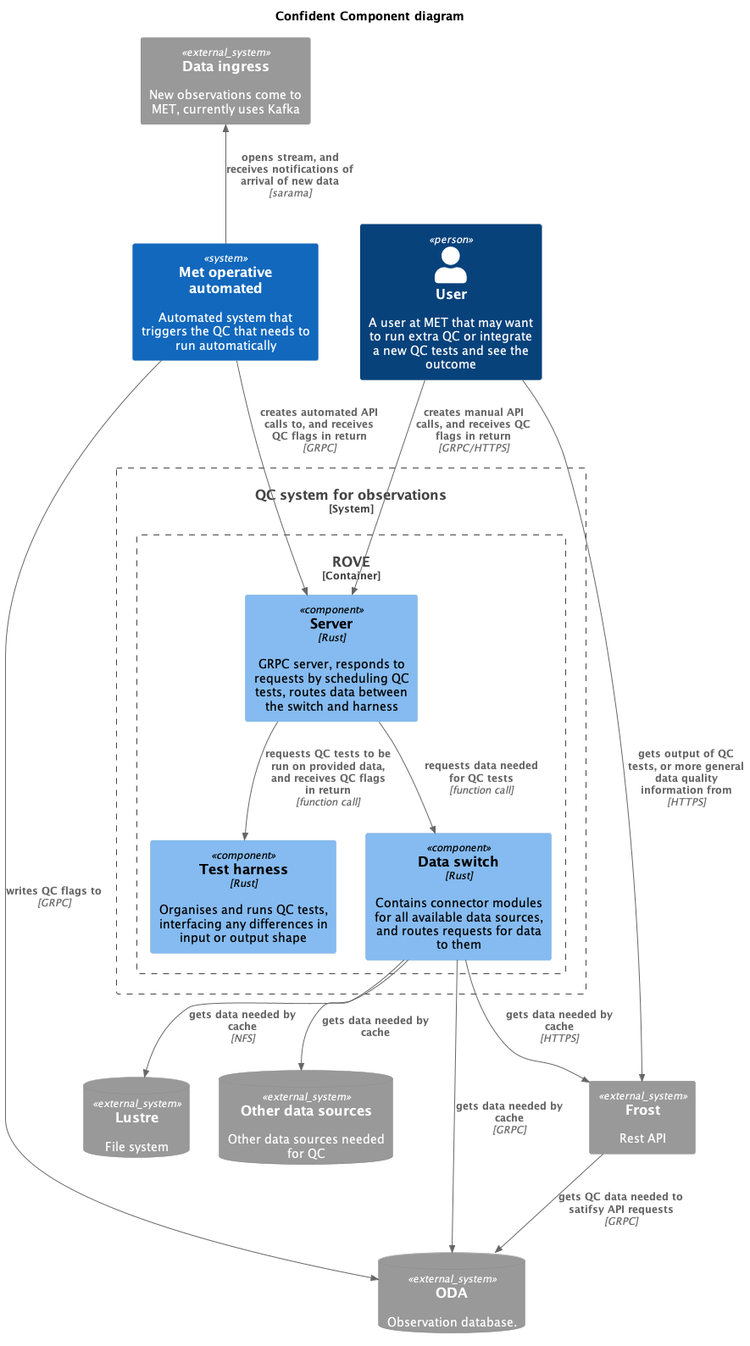
Earlier version of the PlantUML export docs/Confident_Component.png (metno/rove).
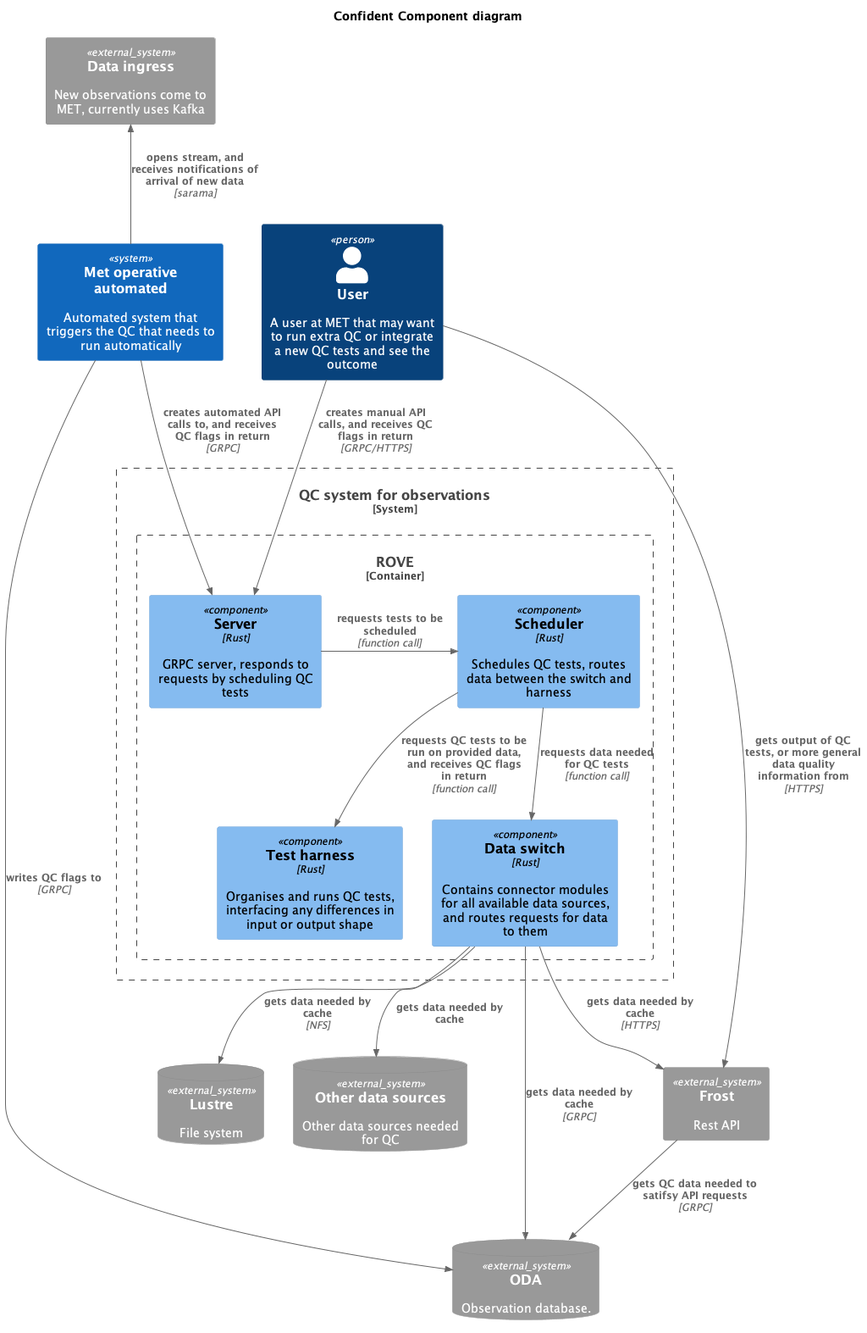
Later version of the same file.

Commit message:
server: split non grpc related components into their own module

The edit, as a diff of the source:
```diff
@@ -18,7 +18,8 @@
 
 System_Boundary(Confident, "QC system for observations") {
   Container_Boundary(rove, "ROVE") {
-    Component(server, "Server", "Rust", "GRPC server, responds to requests by scheduling QC tests, routes data between the switch and harness")
+    Component(server, "Server", "Rust", "GRPC server, responds to requests by scheduling QC tests")
+    Component(scheduler, "Scheduler", "Rust", "Schedules QC tests, routes data between the switch and harness")
     Component(test_harness, "Test harness", "Rust", "Organises and runs QC tests, interfacing any differences in input or output shape")
     Component(data_switch, "Data switch", "Rust", "Contains connector modules for all available data sources, and routes requests for data to them")
   }
@@ -28,14 +29,15 @@
 Rel(new_obs_system, oda, "writes QC flags to", "GRPC")
 Rel(new_obs_system, server, "creates automated API calls to, and receives QC flags in return", "GRPC")
 
-Rel(server, data_switch, "requests data needed for QC tests", "function call")
+Rel_R(server, scheduler, "requests tests to be scheduled", "function call")
+Rel(scheduler, data_switch, "requests data needed for QC tests", "function call")
 
 Rel(data_switch, oda, "gets data needed by cache", "GRPC")
 Rel(data_switch, lustre, "gets data needed by cache", "NFS")
 Rel(data_switch, frost, "gets data needed by cache", "HTTPS")
 Rel(data_switch, datasources, "gets data needed by cache")
 
-Rel(server, test_harness, "requests QC tests to be run on provided data, and receives QC flags in return", "function call")
+Rel(scheduler, test_harness, "requests QC tests to be run on provided data, and receives QC flags in return", "function call")
 
 Rel(user, server, "creates manual API calls, and receives QC flags in return", "GRPC/HTTPS")
 Rel(user, frost, "gets output of QC tests, or more general data quality information from", "HTTPS")
```
